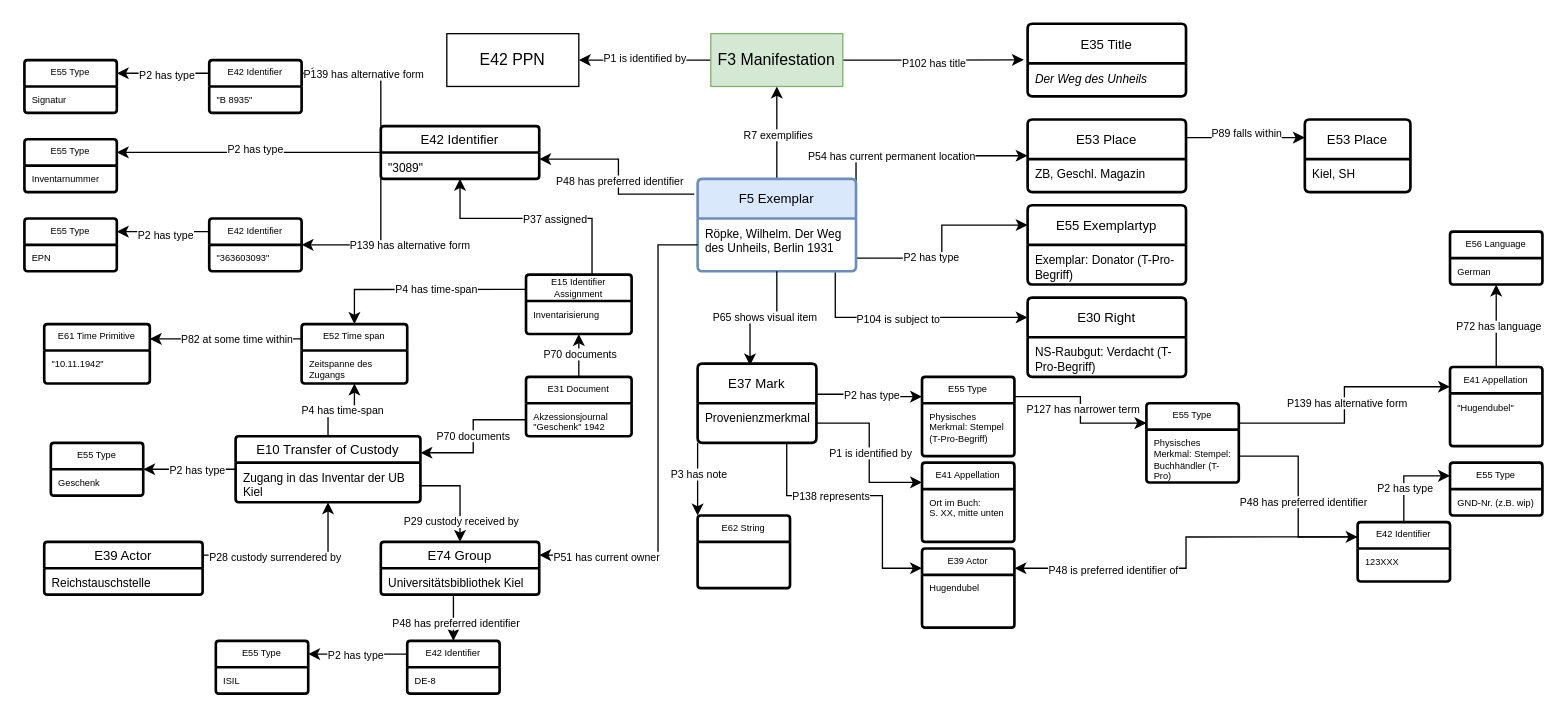
The draw.io diagram praxis bsp domain ontology library provenance.drawio in flxfschr/library-provenance-research, before the edit. Source tidied: cells renumbered, new cells numbered last; positions are measured from the earlier drawing's top-left corner, leaving out a move shared by most shapes. Both pictures are drawn from the tidied source at 132%, with x=0, y=0 at pixel (24, 22).
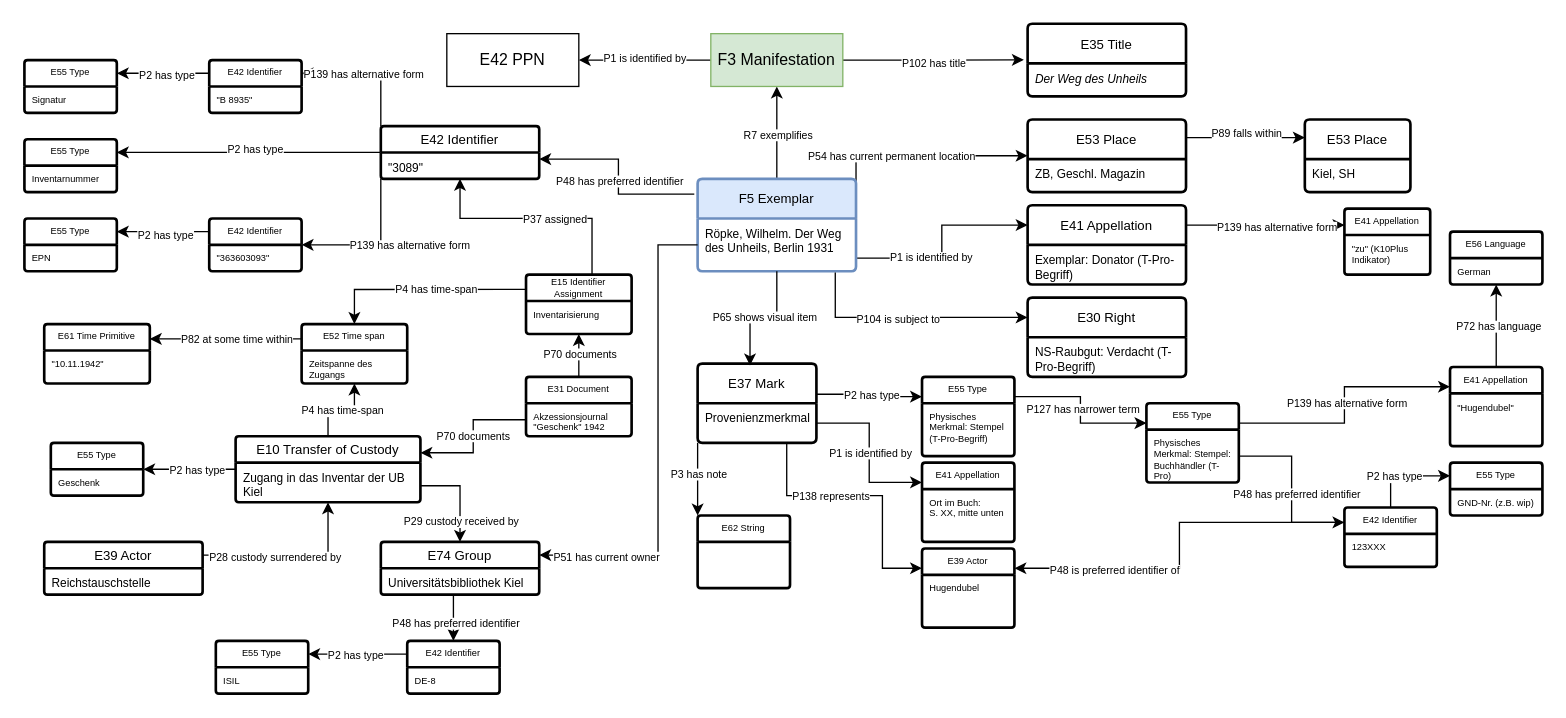
The same page after the edit.

The change refers to these unchanged cells:
```xml
<mxCell id="6" style="edgeStyle=orthogonalEdgeStyle;rounded=0;jettySize=auto;html=1;exitX=1;exitY=0.75;exitDx=0;exitDy=0;entryX=0;entryY=0.25;entryDx=0;entryDy=0;fontSize=12;arcSize=12;" parent="1" edge="1" source="17" target="24">
  <mxGeometry relative="1" as="geometry" />
</mxCell>
```

The edit, as a diff of the source:
```diff
@@
-    <mxCell id="7" value="P2 has type" style="edgeLabel;html=1;align=center;verticalAlign=middle;fontSize=8;arcSize=12;" parent="6" vertex="1">
+    <mxCell id="7" value="P1 is identified by" style="edgeLabel;html=1;align=center;verticalAlign=middle;fontSize=8;arcSize=12;" parent="6" vertex="1">
       <mxGeometry x="-0.28" y="1" relative="1" as="geometry" />
     </mxCell>
@@
+    <mxCell id="140" style="edgeStyle=orthogonalEdgeStyle;rounded=0;jettySize=auto;html=1;exitX=1;exitY=0.25;exitDx=0;exitDy=0;entryX=0;entryY=0.25;entryDx=0;entryDy=0;" parent="1" edge="1" source="24" target="142">
+      <mxGeometry relative="1" as="geometry" />
+    </mxCell>
+    <mxCell id="141" value="P139 has alternative form" style="edgeLabel;html=1;align=center;verticalAlign=middle;fontSize=8;" parent="140" vertex="1">
+      <mxGeometry x="0.14" y="-1" relative="1" as="geometry" />
+    </mxCell>
-    <mxCell id="24" value="E55 Exemplartyp" style="swimlane;horizontal=1;startSize=30;rounded=1;fontSize=10;fontStyle=0;strokeWidth=2;shadow=0;dashed=0;align=center;arcSize=4;whiteSpace=wrap;html=1;" parent="1" vertex="1">
+    <mxCell id="24" value="E41 Appellation" style="swimlane;horizontal=1;startSize=30;rounded=1;fontSize=10;fontStyle=0;strokeWidth=2;shadow=0;dashed=0;align=center;arcSize=4;whiteSpace=wrap;html=1;" parent="1" vertex="1">
       <mxGeometry x="760" y="138" width="120" height="60" as="geometry" />
     </mxCell>
@@
     <mxCell id="124" value="E42 Identifier" style="swimlane;horizontal=1;startSize=20;rounded=1;fontSize=7;fontStyle=0;strokeWidth=2;shadow=0;dashed=0;align=center;arcSize=4;whiteSpace=wrap;html=1;" parent="1" vertex="1">
-      <mxGeometry x="1010" y="378" width="70" height="45" as="geometry" />
+      <mxGeometry x="1000" y="367" width="70" height="45" as="geometry" />
     </mxCell>
@@
+    <mxCell id="142" value="E41 Appellation" style="swimlane;horizontal=1;startSize=20;rounded=1;fontSize=7;fontStyle=0;strokeWidth=2;shadow=0;dashed=0;align=center;arcSize=4;whiteSpace=wrap;html=1;" parent="1" vertex="1">
+      <mxGeometry x="1000" y="140.5" width="65" height="50" as="geometry" />
+    </mxCell>
+    <mxCell id="143" value="&quot;zu&quot; (K10Plus Indikator)" style="align=left;strokeColor=none;fillColor=none;spacingLeft=4;spacingRight=4;fontSize=7;verticalAlign=top;html=1;whiteSpace=wrap;" parent="142" vertex="1">
+      <mxGeometry y="20" width="65" height="30" as="geometry" />
+    </mxCell>
```
